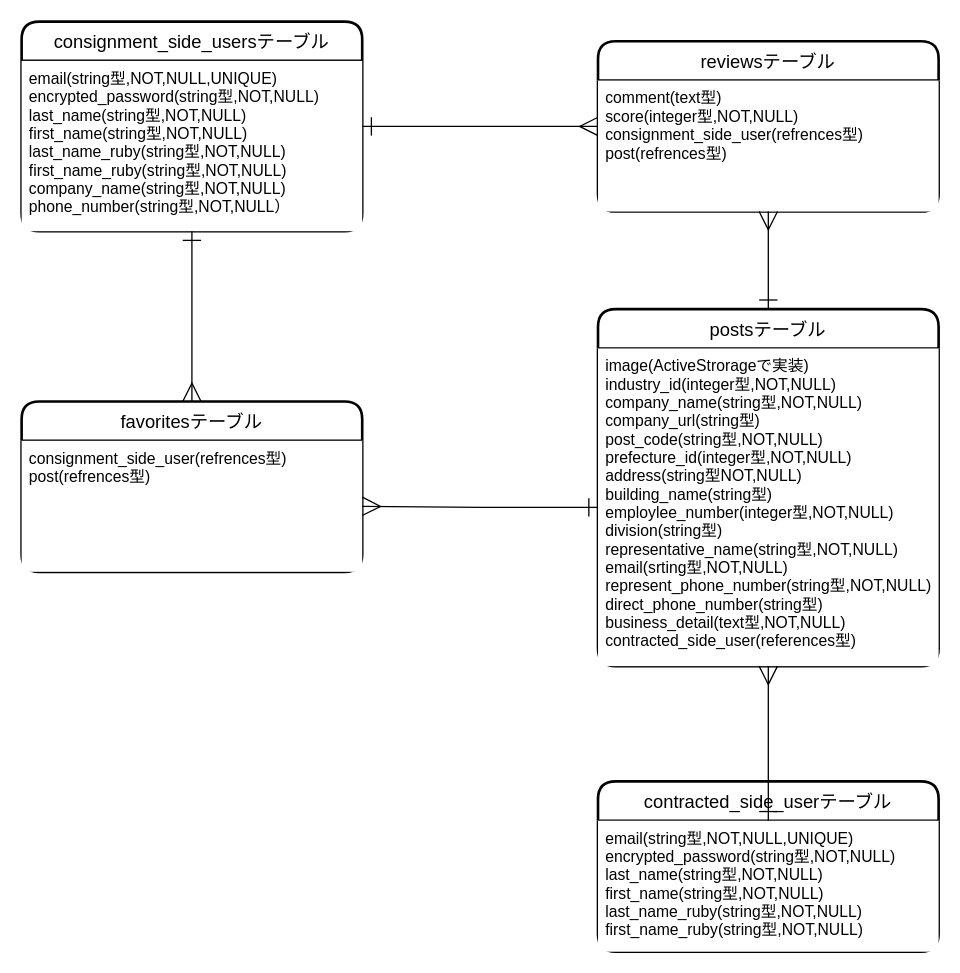
The draw.io diagram er_diagram.dio in hiroki1121/assistance_company, before the edit. Source tidied: cells renumbered, new cells numbered last; positions are measured from the earlier drawing's top-left corner, leaving out a move shared by most shapes. Both pictures are drawn from the tidied source at 131%, with x=0, y=0 at pixel (21, 21).
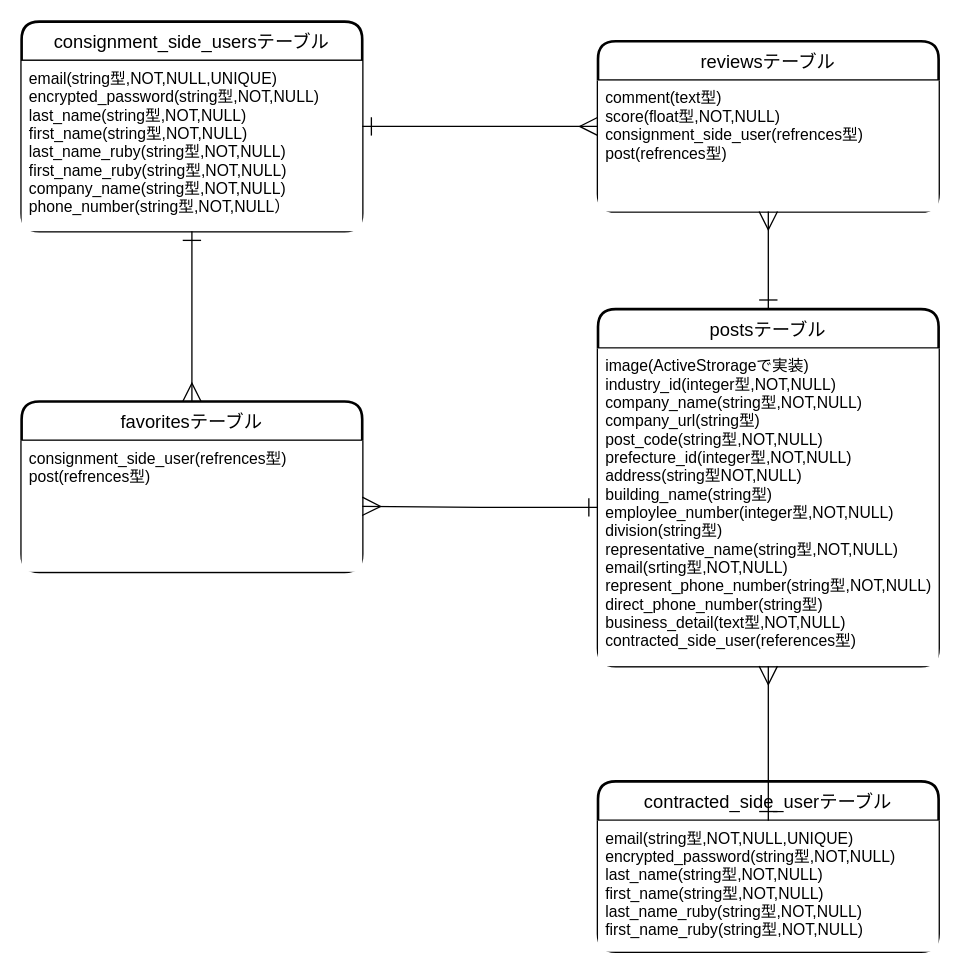
The same diagram, later.

Diff of the diagram source:
```diff
@@
 <mxGraphModel>
   <root>
     <mxCell id="0" />
     <mxCell id="1" parent="0" />
     <mxCell id="2" value="consignment_side_usersテーブル" style="swimlane;horizontal=1;startSize=30;rounded=1;fontSize=14;fontStyle=0;strokeWidth=2;shadow=0;dashed=0;align=center;labelBackgroundColor=none;fillColor=#FFFFFF;fontColor=#000000;labelBorderColor=none;swimlaneFillColor=none;strokeColor=#000000;" parent="1" vertex="1">
       <mxGeometry width="260" height="160" as="geometry" />
     </mxCell>
     <mxCell id="3" value="email(string型,NOT,NULL,UNIQUE)&#10;encrypted_password(string型,NOT,NULL)&#10;last_name(string型,NOT,NULL)&#10;first_name(string型,NOT,NULL)&#10;last_name_ruby(string型,NOT,NULL)&#10;first_name_ruby(string型,NOT,NULL)&#10;company_name(string型,NOT,NULL)&#10;phone_number(string型,NOT,NULL）" style="align=left;strokeColor=none;spacingLeft=4;fontSize=12;verticalAlign=top;fillColor=#FFFFFF;fontColor=#000000;" parent="2" vertex="1">
       <mxGeometry y="30" width="260" height="130" as="geometry" />
     </mxCell>
     <mxCell id="4" value="contracted_side_userテーブル" style="swimlane;horizontal=1;startSize=30;rounded=1;fontSize=14;fontStyle=0;strokeWidth=2;shadow=0;dashed=0;align=center;labelBackgroundColor=none;fillColor=#FFFFFF;fontColor=#000000;labelBorderColor=none;swimlaneFillColor=none;strokeColor=#000000;" parent="1" vertex="1">
       <mxGeometry x="440" y="580" width="260" height="130" as="geometry" />
     </mxCell>
     <mxCell id="5" value="email(string型,NOT,NULL,UNIQUE)&#10;encrypted_password(string型,NOT,NULL)&#10;last_name(string型,NOT,NULL)&#10;first_name(string型,NOT,NULL)&#10;last_name_ruby(string型,NOT,NULL)&#10;first_name_ruby(string型,NOT,NULL)" style="align=left;strokeColor=none;spacingLeft=4;fontSize=12;verticalAlign=top;fillColor=#FFFFFF;fontColor=#000000;" parent="4" vertex="1">
       <mxGeometry y="30" width="260" height="100" as="geometry" />
     </mxCell>
     <mxCell id="6" value="postsテーブル" style="swimlane;horizontal=1;startSize=30;rounded=1;fontSize=14;fontStyle=0;strokeWidth=2;shadow=0;dashed=0;align=center;labelBackgroundColor=none;fillColor=#FFFFFF;fontColor=#000000;labelBorderColor=none;swimlaneFillColor=none;strokeColor=#000000;" parent="1" vertex="1">
       <mxGeometry x="440" y="219.5" width="260" height="272.5" as="geometry" />
     </mxCell>
     <mxCell id="7" value="image(ActiveStrorageで実装)&#10;industry_id(integer型,NOT,NULL)&#10;company_name(string型,NOT,NULL)&#10;company_url(string型)&#10;post_code(string型,NOT,NULL)&#10;prefecture_id(integer型,NOT,NULL)&#10;address(string型NOT,NULL)&#10;building_name(string型)&#10;employlee_number(integer型,NOT,NULL)&#10;division(string型)&#10;representative_name(string型,NOT,NULL)&#10;email(srting型,NOT,NULL)&#10;represent_phone_number(string型,NOT,NULL)&#10;direct_phone_number(string型)&#10;business_detail(text型,NOT,NULL)&#10;contracted_side_user(references型)" style="align=left;strokeColor=none;spacingLeft=4;fontSize=12;verticalAlign=top;fillColor=#FFFFFF;fontColor=#000000;" parent="6" vertex="1">
       <mxGeometry y="30" width="260" height="242.5" as="geometry" />
     </mxCell>
     <mxCell id="8" value="favoritesテーブル" style="swimlane;horizontal=1;startSize=30;rounded=1;fontSize=14;fontStyle=0;strokeWidth=2;shadow=0;dashed=0;align=center;labelBackgroundColor=none;fillColor=#FFFFFF;fontColor=#000000;labelBorderColor=none;swimlaneFillColor=none;strokeColor=#000000;" parent="1" vertex="1">
       <mxGeometry y="290" width="260" height="130" as="geometry" />
     </mxCell>
     <mxCell id="9" value="consignment_side_user(refrences型)&#10;post(refrences型)" style="align=left;strokeColor=none;spacingLeft=4;fontSize=12;verticalAlign=top;fillColor=#FFFFFF;fontColor=#000000;" parent="8" vertex="1">
       <mxGeometry y="30" width="260" height="100" as="geometry" />
     </mxCell>
     <mxCell id="10" style="edgeStyle=orthogonalEdgeStyle;rounded=0;jettySize=auto;html=1;exitX=0.5;exitY=1;exitDx=0;exitDy=0;entryX=0.5;entryY=0;entryDx=0;entryDy=0;fontColor=#000000;endArrow=ERmany;endFill=0;startArrow=ERone;startFill=0;strokeWidth=1;endSize=12;startSize=12;" parent="1" edge="1" source="3" target="8">
       <mxGeometry relative="1" as="geometry" />
     </mxCell>
     <mxCell id="11" style="edgeStyle=orthogonalEdgeStyle;rounded=0;jettySize=auto;html=1;startArrow=ERone;startFill=0;startSize=12;endArrow=ERmany;endFill=0;endSize=12;strokeWidth=1;fontColor=#000000;" parent="1" edge="1" source="7">
       <mxGeometry relative="1" as="geometry">
         <mxPoint x="260" y="370" as="targetPoint" />
       </mxGeometry>
     </mxCell>
     <mxCell id="12" style="edgeStyle=orthogonalEdgeStyle;rounded=0;jettySize=auto;html=1;endSize=12;startSize=12;endArrow=ERmany;endFill=0;startArrow=ERone;startFill=0;" parent="1" edge="1" source="5" target="7">
       <mxGeometry relative="1" as="geometry" />
     </mxCell>
     <mxCell id="13" style="edgeStyle=orthogonalEdgeStyle;rounded=0;jettySize=auto;html=1;startArrow=ERone;startFill=0;startSize=12;endArrow=ERmany;endFill=0;endSize=12;exitX=1;exitY=0.5;exitDx=0;exitDy=0;" parent="1" edge="1" source="2" target="14">
       <mxGeometry relative="1" as="geometry" />
     </mxCell>
     <mxCell id="14" value="reviewsテーブル" style="swimlane;horizontal=1;startSize=30;rounded=1;fontSize=14;fontStyle=0;strokeWidth=2;shadow=0;dashed=0;align=center;labelBackgroundColor=none;fillColor=#FFFFFF;fontColor=#000000;labelBorderColor=none;swimlaneFillColor=none;strokeColor=#000000;" parent="1" vertex="1">
       <mxGeometry x="440" y="15" width="260" height="130" as="geometry" />
     </mxCell>
-    <mxCell id="15" value="comment(text型)&#10;score(integer型,NOT,NULL)&#10;consignment_side_user(refrences型)&#10;post(refrences型)" style="align=left;strokeColor=none;spacingLeft=4;fontSize=12;verticalAlign=top;fillColor=#FFFFFF;fontColor=#000000;" parent="14" vertex="1">
+    <mxCell id="15" value="comment(text型)&#10;score(float型,NOT,NULL)&#10;consignment_side_user(refrences型)&#10;post(refrences型)" style="align=left;strokeColor=none;spacingLeft=4;fontSize=12;verticalAlign=top;fillColor=#FFFFFF;fontColor=#000000;" parent="14" vertex="1">
       <mxGeometry y="30" width="260" height="100" as="geometry" />
     </mxCell>
     <mxCell id="16" style="align=left;strokeColor=none;spacingLeft=4;fontSize=12;verticalAlign=top;fillColor=#FFFFFF;fontColor=#000000;" parent="14" vertex="1">
       <mxGeometry y="130" width="260" as="geometry" />
     </mxCell>
     <mxCell id="17" style="edgeStyle=orthogonalEdgeStyle;rounded=0;jettySize=auto;html=1;startArrow=ERone;startFill=0;startSize=12;endArrow=ERmany;endFill=0;endSize=12;exitX=0.5;exitY=0;exitDx=0;exitDy=0;" parent="1" edge="1" source="6" target="15">
       <mxGeometry relative="1" as="geometry" />
     </mxCell>
   </root>
 </mxGraphModel>
```
